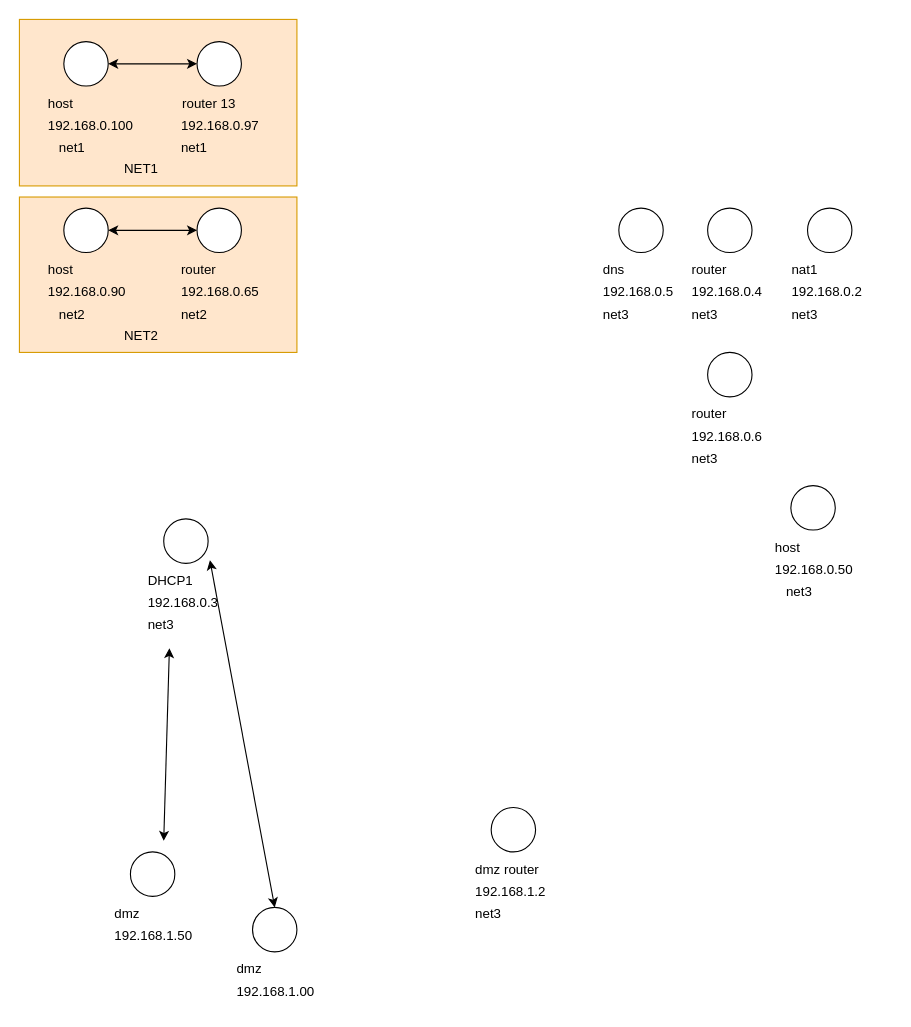
Above: Untitled Diagram.drawio in spspider/TestRepository (draw.io), before the change. Source tidied: cells renumbered, new cells numbered last; positions are measured from the earlier drawing's top-left corner, leaving out a move shared by most shapes. Both pictures are drawn from the tidied source at 111%, with x=0, y=0 at pixel (19, 19).
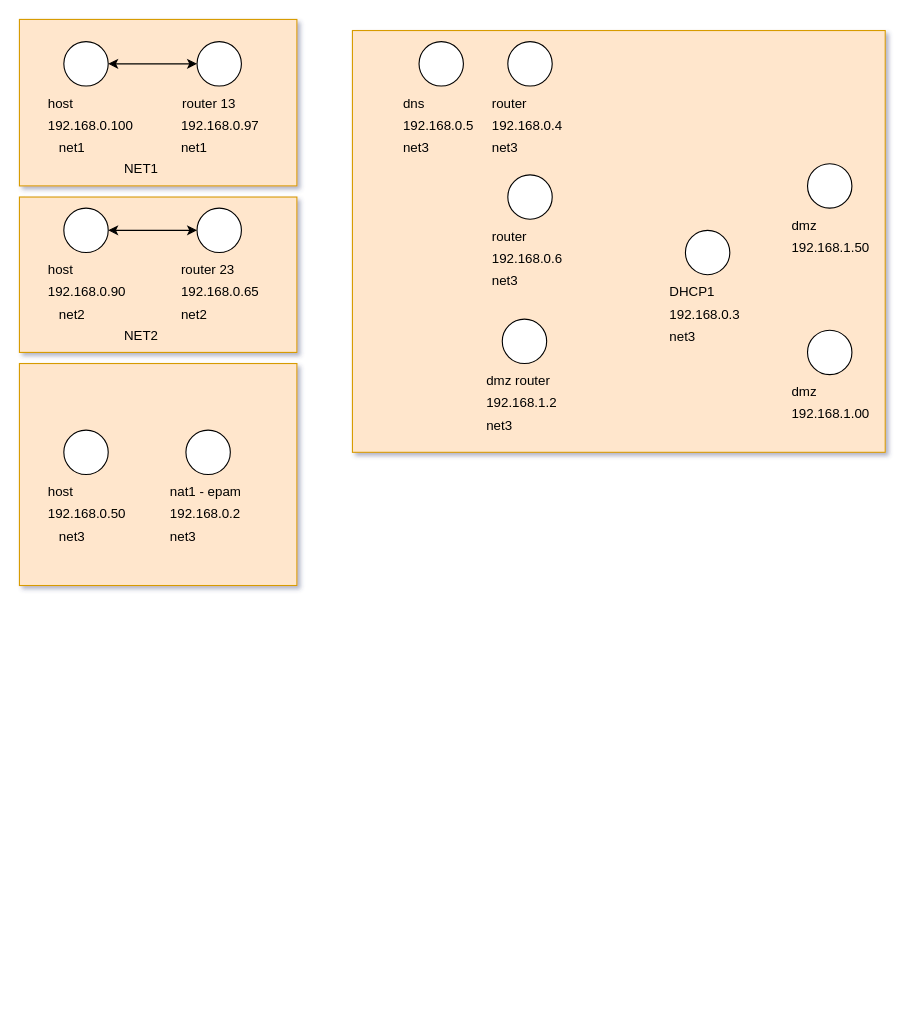
The same page after the edit.

The change refers to these unchanged cells:
```xml
<mxCell id="9" value="DHCP1" style="text;strokeColor=none;fillColor=none;align=left;verticalAlign=middle;spacingLeft=4;spacingRight=4;overflow=hidden;points=[[0,0.5],[1,0.5]];portConstraint=eastwest;" parent="7" vertex="1">
  <mxGeometry y="40" width="80" height="30" as="geometry" />
</mxCell>
<mxCell id="11" value="net3" style="text;strokeColor=none;fillColor=none;align=left;verticalAlign=middle;spacingLeft=4;spacingRight=4;overflow=hidden;points=[[0,0.5],[1,0.5]];portConstraint=eastwest;" parent="7" vertex="1">
  <mxGeometry y="80" width="80" height="30" as="geometry" />
</mxCell>
<mxCell id="39" style="ellipse;whiteSpace=wrap;html=1;" parent="38" vertex="1">
  <mxGeometry x="20" width="40" height="40" as="geometry" />
</mxCell>
<mxCell id="59" style="group;" parent="1" vertex="1">
  <mxGeometry x="140" y="170" width="80" height="110" as="geometry" />
</mxCell>
```

The edit, as a diff of the source:
```diff
@@
-<mxGraphModel>
+<mxGraphModel shadow="1">
@@
+    <mxCell id="73" style="rounded=0;whiteSpace=wrap;html=1;shadow=0;glass=0;strokeColor=#d79b00;fillColor=#ffe6cc;" parent="1" vertex="1">
+      <mxGeometry y="310" width="250" height="200" as="geometry" />
+    </mxCell>
+    <mxCell id="74" style="rounded=0;whiteSpace=wrap;html=1;shadow=0;glass=0;strokeColor=#d79b00;fillColor=#ffe6cc;" parent="1" vertex="1">
+      <mxGeometry x="300" y="10" width="480" height="380" as="geometry" />
+    </mxCell>
     <mxCell id="2" style="group;" parent="1" vertex="1">
-      <mxGeometry x="690" y="170" width="80" height="110" as="geometry" />
+      <mxGeometry x="130" y="370" width="80" height="110" as="geometry" />
     </mxCell>
@@
-    <mxCell id="4" value="nat1" style="text;strokeColor=none;fillColor=none;align=left;verticalAlign=middle;spacingLeft=4;spacingRight=4;overflow=hidden;" parent="2" vertex="1">
+    <mxCell id="4" value="nat1 - epam" style="text;strokeColor=none;fillColor=none;align=left;verticalAlign=middle;spacingLeft=4;spacingRight=4;overflow=hidden;" parent="2" vertex="1">
       <mxGeometry y="40" width="80" height="30" as="geometry" />
     </mxCell>
@@
     <mxCell id="7" style="group;" parent="1" vertex="1">
-      <mxGeometry x="110" y="450" width="80" height="110" as="geometry" />
+      <mxGeometry x="580" y="190" width="80" height="110" as="geometry" />
     </mxCell>
@@
     <mxCell id="12" style="group;" parent="1" vertex="1">
-      <mxGeometry x="520" y="170" width="80" height="110" as="geometry" />
+      <mxGeometry x="340" y="20" width="80" height="110" as="geometry" />
     </mxCell>
@@
     <mxCell id="17" style="group;" parent="1" vertex="1">
-      <mxGeometry x="600" y="170" width="80" height="110" as="geometry" />
+      <mxGeometry x="420" y="20" width="80" height="230" as="geometry" />
     </mxCell>
@@
+    <mxCell id="42" style="group;" parent="17" vertex="1">
+      <mxGeometry y="120" width="80" height="110" as="geometry" />
+    </mxCell>
+    <mxCell id="43" style="ellipse;whiteSpace=wrap;html=1;" parent="42" vertex="1">
+      <mxGeometry x="20" width="40" height="40" as="geometry" />
+    </mxCell>
+    <mxCell id="44" value="router" style="text;strokeColor=none;fillColor=none;align=left;verticalAlign=middle;spacingLeft=4;spacingRight=4;overflow=hidden;" parent="42" vertex="1">
+      <mxGeometry y="40" width="80" height="30" as="geometry" />
+    </mxCell>
+    <mxCell id="45" value="192.168.0.6" style="text;strokeColor=none;fillColor=none;align=left;verticalAlign=middle;spacingLeft=4;spacingRight=4;overflow=hidden;" parent="42" vertex="1">
+      <mxGeometry y="60" width="80" height="30" as="geometry" />
+    </mxCell>
+    <mxCell id="46" value="net3" style="text;strokeColor=none;fillColor=none;align=left;verticalAlign=middle;spacingLeft=4;spacingRight=4;overflow=hidden;" parent="42" vertex="1">
+      <mxGeometry y="80" width="80" height="30" as="geometry" />
+    </mxCell>
@@
     <mxCell id="29" style="group;" parent="1" vertex="1">
-      <mxGeometry x="405" y="710" width="90" height="110" as="geometry" />
+      <mxGeometry x="415" y="270" width="90" height="110" as="geometry" />
     </mxCell>
@@
     <mxCell id="34" style="group;" parent="1" vertex="1">
-      <mxGeometry x="80" y="750" width="90" height="90" as="geometry" />
+      <mxGeometry x="690" y="130" width="90" height="90" as="geometry" />
     </mxCell>
@@
     <mxCell id="38" style="group;" parent="1" vertex="1">
-      <mxGeometry x="190" y="800" width="90" height="90" as="geometry" />
+      <mxGeometry x="690" y="280" width="90" height="90" as="geometry" />
     </mxCell>
@@
-    <mxCell id="42" style="group;" parent="1" vertex="1">
-      <mxGeometry x="600" y="300" width="80" height="110" as="geometry" />
-    </mxCell>
-    <mxCell id="43" style="ellipse;whiteSpace=wrap;html=1;" parent="42" vertex="1">
-      <mxGeometry x="20" width="40" height="40" as="geometry" />
-    </mxCell>
-    <mxCell id="44" value="router" style="text;strokeColor=none;fillColor=none;align=left;verticalAlign=middle;spacingLeft=4;spacingRight=4;overflow=hidden;" parent="42" vertex="1">
-      <mxGeometry y="40" width="80" height="30" as="geometry" />
-    </mxCell>
-    <mxCell id="45" value="192.168.0.6" style="text;strokeColor=none;fillColor=none;align=left;verticalAlign=middle;spacingLeft=4;spacingRight=4;overflow=hidden;" parent="42" vertex="1">
-      <mxGeometry y="60" width="80" height="30" as="geometry" />
-    </mxCell>
-    <mxCell id="46" value="net3" style="text;strokeColor=none;fillColor=none;align=left;verticalAlign=middle;spacingLeft=4;spacingRight=4;overflow=hidden;" parent="42" vertex="1">
-      <mxGeometry y="80" width="80" height="30" as="geometry" />
-    </mxCell>
@@
     <mxCell id="54" style="group;" parent="1" vertex="1">
-      <mxGeometry x="675" y="420" width="90" height="110" as="geometry" />
+      <mxGeometry x="20" y="370" width="90" height="110" as="geometry" />
     </mxCell>
@@
-    <mxCell id="62" value="router" style="text;strokeColor=none;fillColor=none;align=left;verticalAlign=middle;spacingLeft=4;spacingRight=4;overflow=hidden;" parent="59" vertex="1">
+    <mxCell id="62" value="router 23" style="text;strokeColor=none;fillColor=none;align=left;verticalAlign=middle;spacingLeft=4;spacingRight=4;overflow=hidden;" parent="59" vertex="1">
       <mxGeometry y="40" width="80" height="30" as="geometry" />
     </mxCell>
@@
-    <mxCell id="69" style="endArrow=classic;startArrow=classic;html=1;rounded=0;entryX=0.314;entryY=1.214;entryDx=0;entryDy=0;entryPerimeter=0;" parent="1" edge="1" target="11">
-      <mxGeometry relative="1" as="geometry">
-        <mxPoint x="130" y="740" as="sourcePoint" />
-      </mxGeometry>
-    </mxCell>
-    <mxCell id="70" style="endArrow=classic;startArrow=classic;html=1;rounded=0;exitX=0.5;exitY=0;exitDx=0;exitDy=0;entryX=0.77;entryY=-0.095;entryDx=0;entryDy=0;entryPerimeter=0;" parent="1" edge="1" source="39" target="9">
-      <mxGeometry relative="1" as="geometry" />
-    </mxCell>
```
